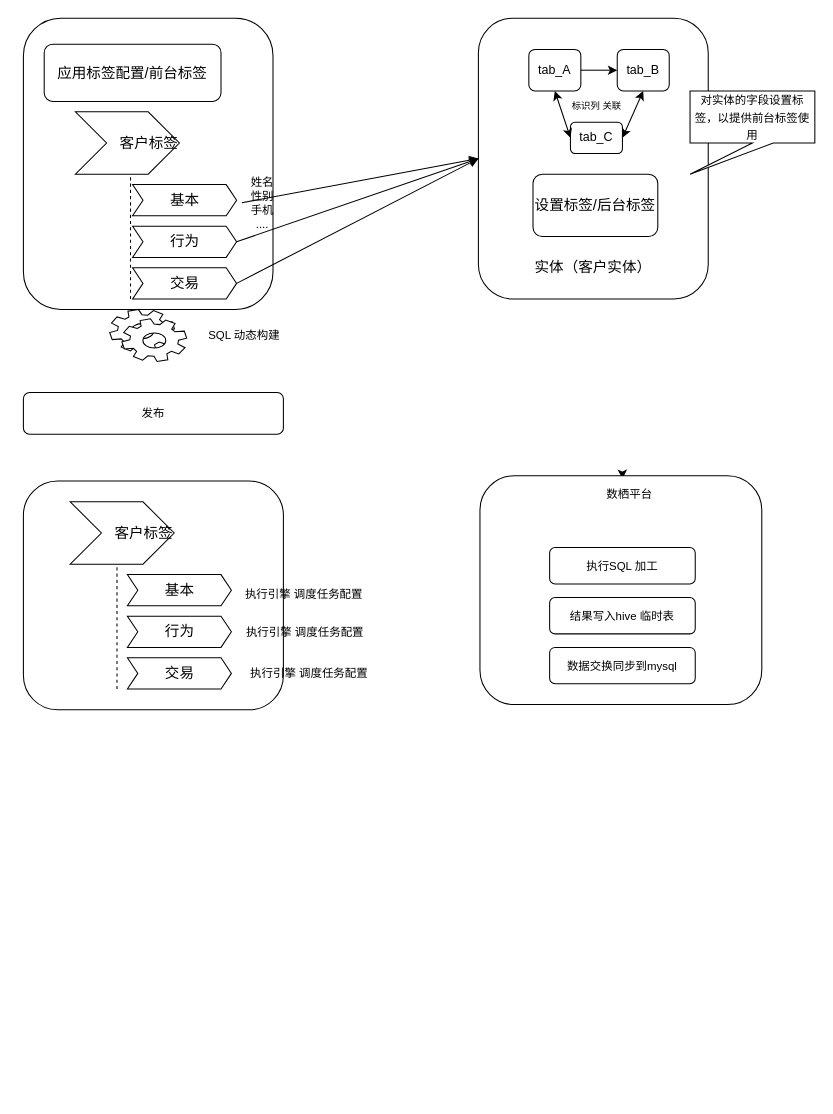
This is page "标签整体执行流程" (2 of 2) of 标签平台.drawio from xrh169/draw, a draw.io file, before an edit. Source tidied: cells renumbered, new cells numbered last; positions are measured from the earlier drawing's top-left corner, leaving out a move shared by most shapes. Both pictures are drawn from the tidied source at 104%, with x=0, y=0 at pixel (23, 18).
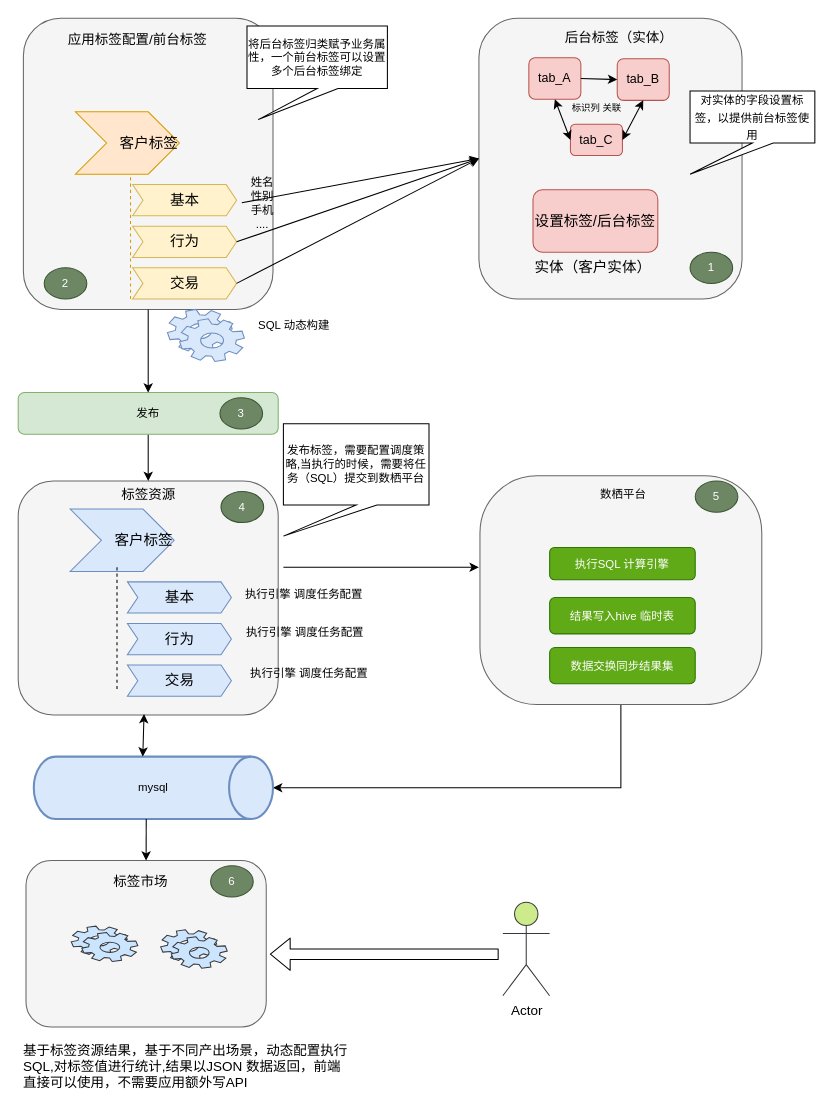
The same page after the edit.

Change to the diagram source:
```diff
@@
-    <mxCell id="2" style="edgeStyle=orthogonalEdgeStyle;rounded=0;jettySize=auto;html=1;exitX=0.5;exitY=0;exitDx=0;exitDy=0;entryX=0.439;entryY=-0.08;entryDx=0;entryDy=0;entryPerimeter=0;fontSize=11;" parent="1" edge="1" source="3" target="42">
-      <mxGeometry relative="1" as="geometry" />
-    </mxCell>
+    <mxCell id="43" style="rounded=1;whiteSpace=wrap;html=1;fontSize=11;align=center;fillColor=#f5f5f5;strokeColor=#666666;fontColor=#333333;" parent="1" vertex="1">
+      <mxGeometry x="2.5" y="810" width="231" height="160" as="geometry" />
+    </mxCell>
+    <mxCell id="44" style="edgeStyle=orthogonalEdgeStyle;rounded=0;jettySize=auto;html=1;exitX=0.5;exitY=1;exitDx=0;exitDy=0;entryX=1;entryY=0.5;entryDx=0;entryDy=0;entryPerimeter=0;fontSize=11;" parent="1" edge="1" source="3" target="46">
+      <mxGeometry relative="1" as="geometry" />
+    </mxCell>
-    <mxCell id="3" style="rounded=1;whiteSpace=wrap;html=1;fontSize=11;align=center;" parent="1" vertex="1">
+    <mxCell id="3" style="rounded=1;whiteSpace=wrap;html=1;fontSize=11;align=center;fillColor=#f5f5f5;strokeColor=#666666;fontColor=#333333;arcSize=25;" parent="1" vertex="1">
       <mxGeometry x="439" y="440" width="271" height="220" as="geometry" />
     </mxCell>
-    <mxCell id="4" style="rounded=1;whiteSpace=wrap;html=1;fontSize=11;align=center;" parent="1" vertex="1">
-      <mxGeometry y="445" width="250" height="220" as="geometry" />
+    <mxCell id="4" style="rounded=1;whiteSpace=wrap;html=1;fontSize=11;align=center;fillColor=#f5f5f5;strokeColor=#666666;fontColor=#333333;" parent="1" vertex="1">
+      <mxGeometry x="-5" y="445" width="250" height="225" as="geometry" />
     </mxCell>
-    <mxCell id="5" style="rounded=1;whiteSpace=wrap;html=1;fontSize=11;align=right;" parent="1" vertex="1">
+    <mxCell id="5" style="rounded=1;whiteSpace=wrap;html=1;fontSize=11;align=right;fillColor=#f5f5f5;strokeColor=#666666;fontColor=#333333;" parent="1" vertex="1">
       <mxGeometry width="240" height="280" as="geometry" />
     </mxCell>
-    <mxCell id="6" style="rounded=1;whiteSpace=wrap;html=1;fontSize=16;" parent="1" vertex="1">
-      <mxGeometry x="437.5" width="221" height="270" as="geometry" />
+    <mxCell id="6" style="rounded=1;whiteSpace=wrap;html=1;fontSize=16;fillColor=#f5f5f5;strokeColor=#666666;fontColor=#333333;" parent="1" vertex="1">
+      <mxGeometry x="438" width="253" height="270" as="geometry" />
     </mxCell>
-    <mxCell id="7" value="tab_A" style="rounded=1;whiteSpace=wrap;html=1;shadow=0;" parent="1" vertex="1">
-      <mxGeometry x="486" y="30" width="50" height="40" as="geometry" />
+    <mxCell id="7" value="tab_A" style="rounded=1;whiteSpace=wrap;html=1;shadow=0;fillColor=#f8cecc;strokeColor=#b85450;" parent="1" vertex="1">
+      <mxGeometry x="486" y="38" width="50" height="40" as="geometry" />
     </mxCell>
-    <mxCell id="8" value="tab_C" style="rounded=1;whiteSpace=wrap;html=1;shadow=0;" parent="1" vertex="1">
-      <mxGeometry x="526" y="100" width="50" height="30" as="geometry" />
+    <mxCell id="8" value="tab_C" style="rounded=1;whiteSpace=wrap;html=1;shadow=0;fillColor=#f8cecc;strokeColor=#b85450;" parent="1" vertex="1">
+      <mxGeometry x="526" y="102" width="50" height="30" as="geometry" />
     </mxCell>
-    <mxCell id="9" value="tab_B" style="rounded=1;whiteSpace=wrap;html=1;shadow=0;" parent="1" vertex="1">
-      <mxGeometry x="571" y="30" width="50" height="40" as="geometry" />
+    <mxCell id="9" value="tab_B" style="rounded=1;whiteSpace=wrap;html=1;shadow=0;fillColor=#f8cecc;strokeColor=#b85450;" parent="1" vertex="1">
+      <mxGeometry x="571" y="39" width="50" height="40" as="geometry" />
     </mxCell>
@@
     <mxCell id="13" value="标识列 关联" style="text;html=1;strokeColor=none;fillColor=none;align=center;verticalAlign=middle;whiteSpace=wrap;rounded=0;fontSize=9;" parent="1" vertex="1">
-      <mxGeometry x="498.5" y="75" width="105" height="20" as="geometry" />
+      <mxGeometry x="498.5" y="77" width="105" height="20" as="geometry" />
     </mxCell>
@@
-    <mxCell id="16" value="应用标签配置/前台标签" style="rounded=1;whiteSpace=wrap;html=1;fontSize=14;" parent="1" vertex="1">
-      <mxGeometry x="20" y="25" width="170" height="55" as="geometry" />
-    </mxCell>
@@
-    <mxCell id="18" value="&lt;span&gt;设置标签/后台标签&lt;/span&gt;" style="rounded=1;whiteSpace=wrap;html=1;fontSize=14;align=center;" parent="1" vertex="1">
-      <mxGeometry x="490" y="150" width="120" height="60" as="geometry" />
+    <mxCell id="18" value="&lt;span&gt;设置标签/后台标签&lt;/span&gt;" style="rounded=1;whiteSpace=wrap;html=1;fontSize=14;align=center;fillColor=#f8cecc;strokeColor=#b85450;" parent="1" vertex="1">
+      <mxGeometry x="490" y="165" width="120" height="60" as="geometry" />
     </mxCell>
-    <mxCell id="19" value="客户标签" style="html=1;shadow=0;dashed=0;align=right;verticalAlign=middle;shape=mxgraph.arrows2.arrow;dy=0;dx=30;notch=30;fontSize=14;" parent="1" vertex="1">
+    <mxCell id="19" value="客户标签" style="html=1;shadow=0;dashed=0;align=right;verticalAlign=middle;shape=mxgraph.arrows2.arrow;dy=0;dx=30;notch=30;fontSize=14;fillColor=#ffe6cc;strokeColor=#d79b00;" parent="1" vertex="1">
       <mxGeometry x="50" y="90" width="100" height="60" as="geometry" />
     </mxCell>
-    <mxCell id="20" value="基本" style="html=1;shadow=0;dashed=0;align=center;verticalAlign=middle;shape=mxgraph.arrows2.arrow;dy=0;dx=10;notch=10;fontSize=14;" parent="1" vertex="1">
+    <mxCell id="20" value="基本" style="html=1;shadow=0;dashed=0;align=center;verticalAlign=middle;shape=mxgraph.arrows2.arrow;dy=0;dx=10;notch=10;fontSize=14;fillColor=#fff2cc;strokeColor=#d6b656;" parent="1" vertex="1">
       <mxGeometry x="105" y="160" width="100" height="30" as="geometry" />
     </mxCell>
-    <mxCell id="21" value="行为" style="html=1;shadow=0;dashed=0;align=center;verticalAlign=middle;shape=mxgraph.arrows2.arrow;dy=0;dx=10;notch=10;fontSize=14;" parent="1" vertex="1">
+    <mxCell id="21" value="行为" style="html=1;shadow=0;dashed=0;align=center;verticalAlign=middle;shape=mxgraph.arrows2.arrow;dy=0;dx=10;notch=10;fontSize=14;fillColor=#fff2cc;strokeColor=#d6b656;" parent="1" vertex="1">
       <mxGeometry x="105" y="200" width="100" height="30" as="geometry" />
     </mxCell>
-    <mxCell id="22" value="交易" style="html=1;shadow=0;dashed=0;align=center;verticalAlign=middle;shape=mxgraph.arrows2.arrow;dy=0;dx=10;notch=10;fontSize=14;" parent="1" vertex="1">
+    <mxCell id="22" value="交易" style="html=1;shadow=0;dashed=0;align=center;verticalAlign=middle;shape=mxgraph.arrows2.arrow;dy=0;dx=10;notch=10;fontSize=14;fillColor=#fff2cc;strokeColor=#d6b656;" parent="1" vertex="1">
       <mxGeometry x="105" y="240" width="100" height="30" as="geometry" />
     </mxCell>
-    <mxCell id="23" style="endArrow=none;dashed=1;html=1;fontSize=14;entryX=0.53;entryY=1.017;entryDx=0;entryDy=0;entryPerimeter=0;" parent="1" edge="1" target="19">
+    <mxCell id="23" style="endArrow=none;dashed=1;html=1;fontSize=14;entryX=0.53;entryY=1.017;entryDx=0;entryDy=0;entryPerimeter=0;fillColor=#ffe6cc;strokeColor=#d79b00;" parent="1" edge="1" target="19">
       <mxGeometry relative="1" as="geometry">
         <mxPoint x="103" y="270" as="sourcePoint" />
       </mxGeometry>
     </mxCell>
@@
-    <mxCell id="28" style="shape=mxgraph.bpmn.service_task;html=1;fontSize=11;align=right;" parent="1" vertex="1">
-      <mxGeometry x="83" y="280" width="74" height="50" as="geometry" />
+    <mxCell id="28" style="shape=mxgraph.bpmn.service_task;html=1;fontSize=11;align=right;fillColor=#dae8fc;strokeColor=#6c8ebf;" parent="1" vertex="1">
+      <mxGeometry x="138.5" y="280" width="74" height="50" as="geometry" />
     </mxCell>
     <mxCell id="29" value="SQL 动态构建" style="text;html=1;strokeColor=none;fillColor=none;align=center;verticalAlign=middle;whiteSpace=wrap;rounded=0;fontSize=11;" parent="1" vertex="1">
-      <mxGeometry x="165" y="295" width="95" height="20" as="geometry" />
+      <mxGeometry x="212.5" y="285" width="95" height="20" as="geometry" />
     </mxCell>
+    <mxCell id="45" style="edgeStyle=orthogonalEdgeStyle;rounded=0;jettySize=auto;html=1;fontSize=11;entryX=0.5;entryY=0;entryDx=0;entryDy=0;" parent="1" edge="1" source="30" target="4">
+      <mxGeometry relative="1" as="geometry" />
+    </mxCell>
-    <mxCell id="30" value="&lt;div style=&quot;text-align: center&quot;&gt;&lt;span&gt;发布&lt;/span&gt;&lt;/div&gt;" style="rounded=1;whiteSpace=wrap;html=1;fontSize=11;align=center;" parent="1" vertex="1">
-      <mxGeometry y="360" width="250" height="40" as="geometry" />
+    <mxCell id="30" value="&lt;div style=&quot;text-align: center&quot;&gt;&lt;span&gt;发布&lt;/span&gt;&lt;/div&gt;" style="rounded=1;whiteSpace=wrap;html=1;fontSize=11;align=center;fillColor=#d5e8d4;strokeColor=#82b366;" parent="1" vertex="1">
+      <mxGeometry x="-5" y="360" width="250" height="40" as="geometry" />
     </mxCell>
-    <mxCell id="31" value="客户标签" style="html=1;shadow=0;dashed=0;align=right;verticalAlign=middle;shape=mxgraph.arrows2.arrow;dy=0;dx=30;notch=30;fontSize=14;" parent="1" vertex="1">
-      <mxGeometry x="45" y="465" width="100" height="60" as="geometry" />
+    <mxCell id="31" value="客户标签" style="html=1;shadow=0;dashed=0;align=right;verticalAlign=middle;shape=mxgraph.arrows2.arrow;dy=0;dx=30;notch=30;fontSize=14;fillColor=#dae8fc;strokeColor=#6c8ebf;" parent="1" vertex="1">
+      <mxGeometry x="45" y="472" width="100" height="60" as="geometry" />
     </mxCell>
-    <mxCell id="32" value="基本" style="html=1;shadow=0;dashed=0;align=center;verticalAlign=middle;shape=mxgraph.arrows2.arrow;dy=0;dx=10;notch=10;fontSize=14;" parent="1" vertex="1">
-      <mxGeometry x="100" y="535" width="100" height="30" as="geometry" />
+    <mxCell id="32" value="基本" style="html=1;shadow=0;dashed=0;align=center;verticalAlign=middle;shape=mxgraph.arrows2.arrow;dy=0;dx=10;notch=10;fontSize=14;fillColor=#dae8fc;strokeColor=#6c8ebf;" parent="1" vertex="1">
+      <mxGeometry x="100" y="542" width="100" height="30" as="geometry" />
     </mxCell>
-    <mxCell id="33" value="行为" style="html=1;shadow=0;dashed=0;align=center;verticalAlign=middle;shape=mxgraph.arrows2.arrow;dy=0;dx=10;notch=10;fontSize=14;" parent="1" vertex="1">
-      <mxGeometry x="100" y="575" width="100" height="30" as="geometry" />
+    <mxCell id="33" value="行为" style="html=1;shadow=0;dashed=0;align=center;verticalAlign=middle;shape=mxgraph.arrows2.arrow;dy=0;dx=10;notch=10;fontSize=14;fillColor=#dae8fc;strokeColor=#6c8ebf;" parent="1" vertex="1">
+      <mxGeometry x="100" y="582" width="100" height="30" as="geometry" />
     </mxCell>
-    <mxCell id="34" value="交易" style="html=1;shadow=0;dashed=0;align=center;verticalAlign=middle;shape=mxgraph.arrows2.arrow;dy=0;dx=10;notch=10;fontSize=14;" parent="1" vertex="1">
-      <mxGeometry x="100" y="615" width="100" height="30" as="geometry" />
+    <mxCell id="34" value="交易" style="html=1;shadow=0;dashed=0;align=center;verticalAlign=middle;shape=mxgraph.arrows2.arrow;dy=0;dx=10;notch=10;fontSize=14;fillColor=#dae8fc;strokeColor=#6c8ebf;" parent="1" vertex="1">
+      <mxGeometry x="100" y="622" width="100" height="30" as="geometry" />
     </mxCell>
@@
-    <mxCell id="36" value="执行SQL 加工" style="rounded=1;whiteSpace=wrap;html=1;fontSize=11;align=center;" parent="1" vertex="1">
-      <mxGeometry x="506" y="509" width="140" height="35" as="geometry" />
+    <mxCell id="36" value="执行SQL 计算引擎" style="rounded=1;whiteSpace=wrap;html=1;fontSize=11;align=center;fillColor=#60a917;strokeColor=#2D7600;fontColor=#ffffff;" parent="1" vertex="1">
+      <mxGeometry x="506" y="509" width="140" height="31" as="geometry" />
     </mxCell>
-    <mxCell id="37" value="结果写入hive 临时表" style="rounded=1;whiteSpace=wrap;html=1;fontSize=11;align=center;" parent="1" vertex="1">
+    <mxCell id="37" value="结果写入hive 临时表" style="rounded=1;whiteSpace=wrap;html=1;fontSize=11;align=center;fillColor=#60a917;strokeColor=#2D7600;fontColor=#ffffff;" parent="1" vertex="1">
       <mxGeometry x="506" y="557" width="140" height="35" as="geometry" />
     </mxCell>
-    <mxCell id="38" value="数据交换同步到mysql" style="rounded=1;whiteSpace=wrap;html=1;fontSize=11;align=center;" parent="1" vertex="1">
+    <mxCell id="38" value="数据交换同步结果集" style="rounded=1;whiteSpace=wrap;html=1;fontSize=11;align=center;fillColor=#60a917;strokeColor=#2D7600;fontColor=#ffffff;" parent="1" vertex="1">
       <mxGeometry x="506" y="605" width="140" height="35" as="geometry" />
     </mxCell>
@@
     <mxCell id="42" value="数栖平台" style="text;html=1;strokeColor=none;fillColor=none;align=center;verticalAlign=middle;whiteSpace=wrap;rounded=0;fontSize=11;" parent="1" vertex="1">
-      <mxGeometry x="526" y="445" width="114" height="25" as="geometry" />
+      <mxGeometry x="520" y="445" width="114" height="25" as="geometry" />
     </mxCell>
+    <mxCell id="46" value="mysql" style="strokeWidth=2;html=1;shape=mxgraph.flowchart.direct_data;whiteSpace=wrap;fontSize=11;align=center;fillColor=#dae8fc;strokeColor=#6c8ebf;" parent="1" vertex="1">
+      <mxGeometry x="10" y="710" width="230" height="60" as="geometry" />
+    </mxCell>
+    <mxCell id="47" style="endArrow=classic;html=1;fontSize=11;exitX=0.5;exitY=1;exitDx=0;exitDy=0;entryX=0.5;entryY=0;entryDx=0;entryDy=0;" parent="1" edge="1" source="5" target="30">
+      <mxGeometry relative="1" as="geometry" />
+    </mxCell>
+    <mxCell id="48" value="1" style="ellipse;whiteSpace=wrap;html=1;fontSize=11;align=center;fillColor=#6d8764;strokeColor=#3A5431;fontColor=#ffffff;" parent="1" vertex="1">
+      <mxGeometry x="641" y="225" width="41" height="30" as="geometry" />
+    </mxCell>
+    <mxCell id="49" value="2" style="ellipse;whiteSpace=wrap;html=1;fontSize=11;align=center;fillColor=#6d8764;strokeColor=#3A5431;fontColor=#ffffff;" parent="1" vertex="1">
+      <mxGeometry x="20" y="240" width="41" height="30" as="geometry" />
+    </mxCell>
+    <mxCell id="50" value="3" style="ellipse;whiteSpace=wrap;html=1;fontSize=11;align=center;fillColor=#6d8764;strokeColor=#3A5431;fontColor=#ffffff;" parent="1" vertex="1">
+      <mxGeometry x="189" y="365" width="41" height="30" as="geometry" />
+    </mxCell>
+    <mxCell id="51" value="4" style="ellipse;whiteSpace=wrap;html=1;fontSize=11;align=center;fillColor=#6d8764;strokeColor=#3A5431;fontColor=#ffffff;" parent="1" vertex="1">
+      <mxGeometry x="190" y="455" width="41" height="30" as="geometry" />
+    </mxCell>
+    <mxCell id="52" value="5" style="ellipse;whiteSpace=wrap;html=1;fontSize=11;align=center;fillColor=#6d8764;strokeColor=#3A5431;fontColor=#ffffff;" parent="1" vertex="1">
+      <mxGeometry x="646" y="445" width="41" height="30" as="geometry" />
+    </mxCell>
+    <mxCell id="53" value="将后台标签归类赋予业务属性，一个前台标签可以设置多个后台标签绑定" style="shape=callout;whiteSpace=wrap;html=1;perimeter=calloutPerimeter;fontSize=11;align=center;position2=0.08;" parent="1" vertex="1">
+      <mxGeometry x="215" y="7.5" width="135" height="90" as="geometry" />
+    </mxCell>
+    <mxCell id="54" value="发布标签，需要配置调度策略,当执行的时候，需要将任务（SQL）提交到数栖平台" style="shape=callout;whiteSpace=wrap;html=1;perimeter=calloutPerimeter;fontSize=11;align=center;position2=0;" parent="1" vertex="1">
+      <mxGeometry x="250" y="390" width="140" height="108" as="geometry" />
+    </mxCell>
+    <mxCell id="55" value="标签市场" style="text;html=1;strokeColor=none;fillColor=none;align=center;verticalAlign=middle;whiteSpace=wrap;rounded=0;fontSize=13;" parent="1" vertex="1">
+      <mxGeometry x="68" y="820" width="90" height="20" as="geometry" />
+    </mxCell>
+    <mxCell id="56" value="后台标签（实体）" style="text;html=1;strokeColor=none;fillColor=none;align=center;verticalAlign=middle;whiteSpace=wrap;rounded=0;fontSize=13;" parent="1" vertex="1">
+      <mxGeometry x="506" y="8" width="134" height="20" as="geometry" />
+    </mxCell>
+    <mxCell id="16" value="&lt;span style=&quot;font-size: 13px;&quot;&gt;应用标签配置/前台标签&lt;/span&gt;" style="text;html=1;strokeColor=none;fillColor=none;align=center;verticalAlign=middle;whiteSpace=wrap;rounded=0;fontSize=13;" parent="1" vertex="1">
+      <mxGeometry x="40" y="10" width="140" height="20" as="geometry" />
+    </mxCell>
+    <mxCell id="57" value="标签资源" style="text;html=1;strokeColor=none;fillColor=none;align=center;verticalAlign=middle;whiteSpace=wrap;rounded=0;fontSize=13;" parent="1" vertex="1">
+      <mxGeometry x="72.5" y="447.5" width="95" height="20" as="geometry" />
+    </mxCell>
+    <mxCell id="58" value="Actor" style="shape=umlActor;verticalLabelPosition=bottom;labelBackgroundColor=#ffffff;verticalAlign=top;html=1;fontSize=13;align=center;fillColor=#cdeb8b;strokeColor=#36393d;" parent="1" vertex="1">
+      <mxGeometry x="461" y="850" width="45" height="90" as="geometry" />
+    </mxCell>
+    <mxCell id="59" style="endArrow=classic;startArrow=classic;html=1;fontSize=13;entryX=0.468;entryY=0.996;entryDx=0;entryDy=0;entryPerimeter=0;" parent="1" edge="1">
+      <mxGeometry relative="1" as="geometry">
+        <mxPoint x="114.8" y="710" as="sourcePoint" />
+        <mxPoint x="116" y="669" as="targetPoint" />
+      </mxGeometry>
+    </mxCell>
+    <mxCell id="60" style="shape=mxgraph.bpmn.service_task;html=1;fontSize=13;align=center;fillColor=#cce5ff;strokeColor=#36393d;" parent="1" vertex="1">
+      <mxGeometry x="132" y="876.5" width="64" height="37" as="geometry" />
+    </mxCell>
+    <mxCell id="61" style="shape=mxgraph.bpmn.service_task;html=1;fontSize=13;align=center;fillColor=#cce5ff;strokeColor=#36393d;" parent="1" vertex="1">
+      <mxGeometry x="46" y="873" width="64" height="34" as="geometry" />
+    </mxCell>
+    <mxCell id="62" value="基于标签资源结果，基于不同产出场景，动态配置执行SQL,对标签值进行统计,结果以JSON 数据返回，前端直接可以使用，不需要应用额外写API" style="text;html=1;strokeColor=none;fillColor=none;align=left;verticalAlign=middle;whiteSpace=wrap;rounded=0;fontSize=13;" parent="1" vertex="1">
+      <mxGeometry x="-2.5" y="980" width="315" height="56" as="geometry" />
+    </mxCell>
+    <mxCell id="63" value="6" style="ellipse;whiteSpace=wrap;html=1;fontSize=11;align=center;fillColor=#6d8764;strokeColor=#3A5431;fontColor=#ffffff;" parent="1" vertex="1">
+      <mxGeometry x="180" y="815" width="41" height="30" as="geometry" />
+    </mxCell>
+    <mxCell id="64" style="endArrow=classic;html=1;fontSize=13;exitX=0.47;exitY=1;exitDx=0;exitDy=0;exitPerimeter=0;entryX=0.5;entryY=0;entryDx=0;entryDy=0;" parent="1" edge="1" source="46" target="43">
+      <mxGeometry relative="1" as="geometry" />
+    </mxCell>
+    <mxCell id="65" style="shape=flexArrow;endArrow=classic;html=1;fontSize=13;entryX=0.985;entryY=0.625;entryDx=0;entryDy=0;entryPerimeter=0;" parent="1" edge="1">
+      <mxGeometry relative="1" as="geometry">
+        <mxPoint x="457" y="900" as="sourcePoint" />
+        <mxPoint x="237" y="900" as="targetPoint" />
+      </mxGeometry>
+    </mxCell>
+    <mxCell id="66" style="endArrow=classic;html=1;fontSize=15;entryX=-0.004;entryY=0.4;entryDx=0;entryDy=0;entryPerimeter=0;" parent="1" edge="1" target="3">
+      <mxGeometry relative="1" as="geometry">
+        <mxPoint x="250" y="528" as="sourcePoint" />
+      </mxGeometry>
+    </mxCell>
```
